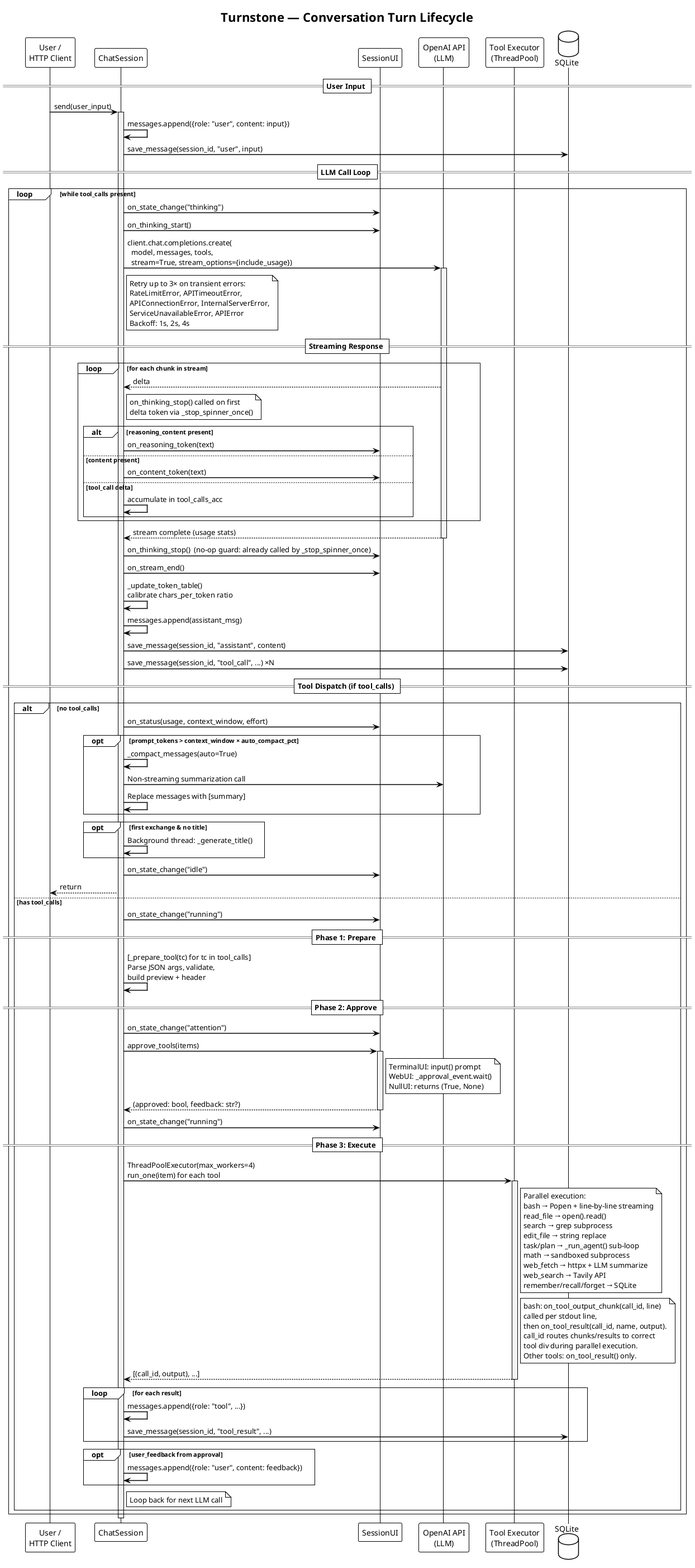
Above: docs/diagrams/04-conversation-turn.png in turnstonelabs/turnstone (PlantUML), before the change.
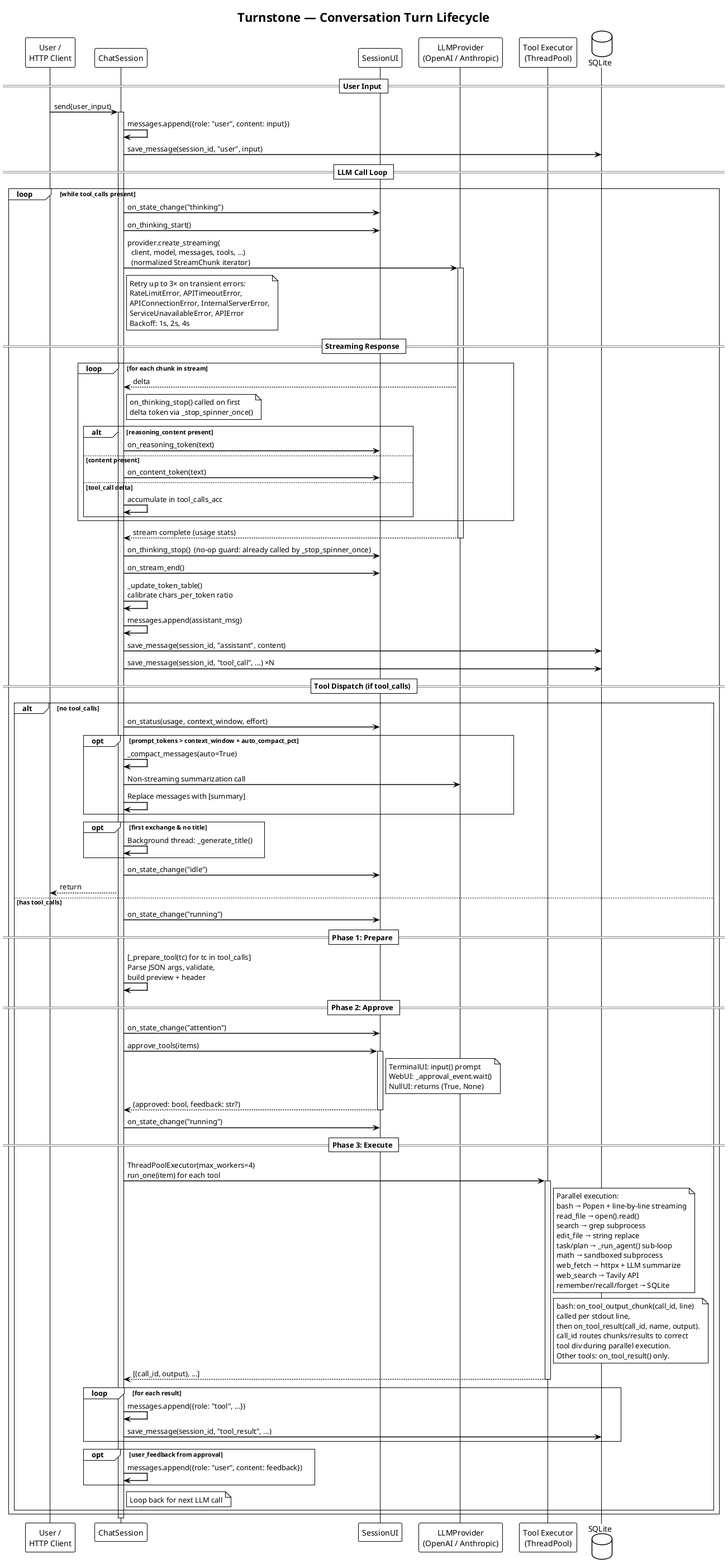
After the commit.

Diff of the diagram source:
```diff
@@ -8,7 +8,7 @@
 participant "User /\nHTTP Client" as User
 participant "ChatSession" as CS
 participant "SessionUI" as UI
-participant "OpenAI API\n(LLM)" as LLM
+participant "LLMProvider\n(OpenAI / Anthropic)" as LLM
 participant "Tool Executor\n(ThreadPool)" as TP
 database "SQLite" as DB
 
@@ -27,7 +27,7 @@
     CS -> UI : on_state_change("thinking")
     CS -> UI : on_thinking_start()
 
-    CS -> LLM : client.chat.completions.create(\n  model, messages, tools,\n  stream=True, stream_options={include_usage})
+    CS -> LLM : provider.create_streaming(\n  client, model, messages, tools, ...)\n  (normalized StreamChunk iterator)
     activate LLM
 
     note right of CS
```
